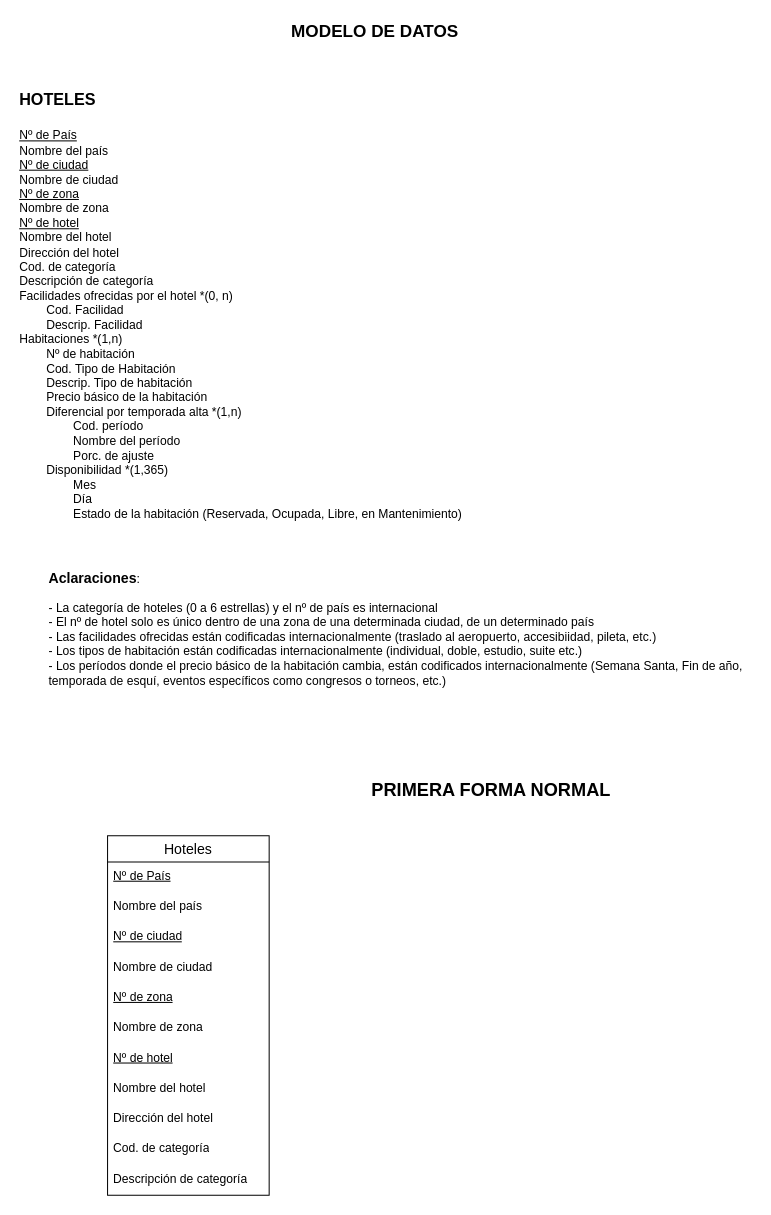
FrancoSimonFormia/TP-Hoteles-DABD-Grupo11 keeps this draw.io diagram as Diagrama-Entidad-Relacion.drawio. Above is the earlier version. Source tidied: cells renumbered, new cells numbered last; positions are measured from the earlier drawing's top-left corner, leaving out a move shared by most shapes. Both pictures are drawn from the tidied source at 101%, with x=0, y=0 at pixel (17, 17).
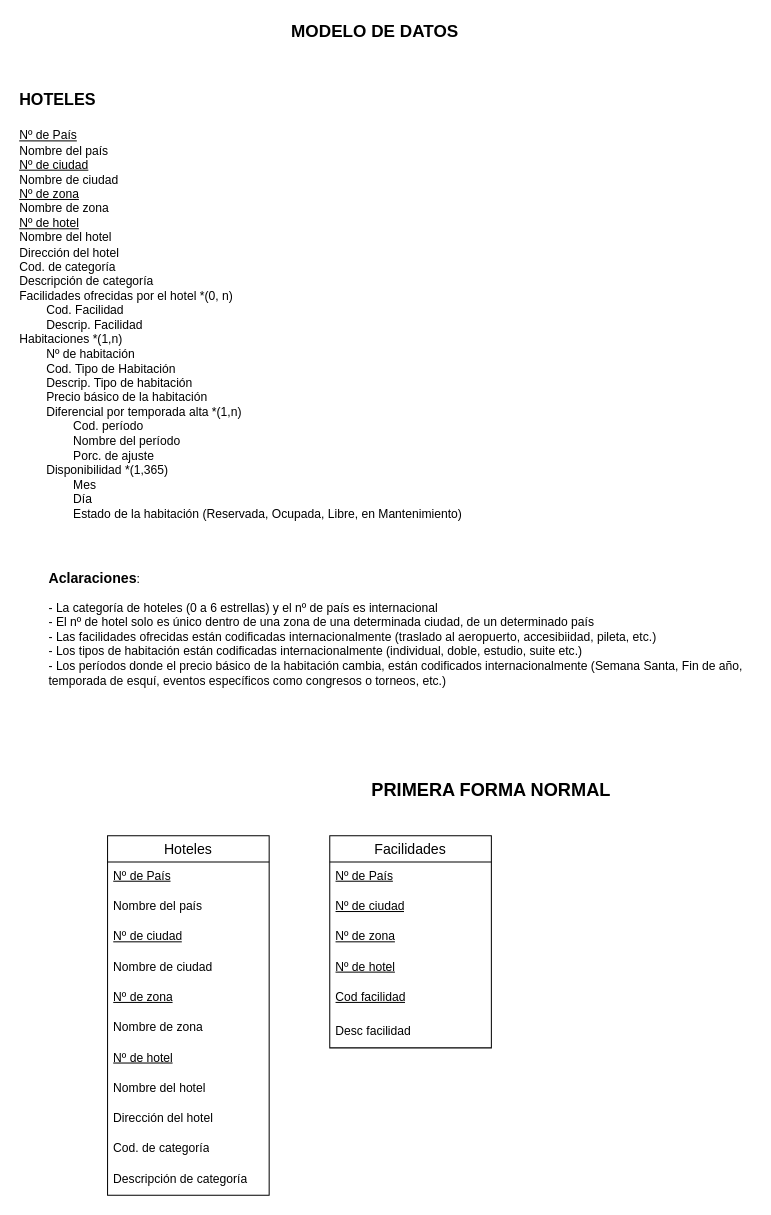
After the change.

Commit message:
Aportes de Gustavo Logatti

The edit, as a diff of the source:
```diff
@@
+    <mxCell id="18" value="Facilidades" style="swimlane;fontStyle=0;horizontal=1;startSize=26;align=center;fontSize=14;" parent="1" vertex="1">
+      <mxGeometry x="309" y="810" width="160" height="210" as="geometry" />
+    </mxCell>
+    <mxCell id="19" value="&lt;u&gt;Nº de País&lt;/u&gt;&lt;div&gt;&lt;br&gt;&lt;/div&gt;" style="text;strokeColor=none;fillColor=none;spacingLeft=4;spacingRight=4;overflow=hidden;fontSize=12;whiteSpace=wrap;html=1;" parent="18" vertex="1">
+      <mxGeometry y="26" width="160" height="30" as="geometry" />
+    </mxCell>
+    <mxCell id="20" value="&lt;u&gt;Nº de ciudad&lt;/u&gt;&lt;div&gt;&lt;br&gt;&lt;/div&gt;" style="text;strokeColor=none;fillColor=none;spacingLeft=4;spacingRight=4;overflow=hidden;fontSize=12;whiteSpace=wrap;html=1;" parent="18" vertex="1">
+      <mxGeometry y="56" width="160" height="30" as="geometry" />
+    </mxCell>
+    <mxCell id="21" value="&lt;u&gt;Nº de zona&lt;/u&gt;&lt;div&gt;&lt;br&gt;&lt;/div&gt;" style="text;strokeColor=none;fillColor=none;spacingLeft=4;spacingRight=4;overflow=hidden;fontSize=12;whiteSpace=wrap;html=1;" parent="18" vertex="1">
+      <mxGeometry y="86" width="160" height="30" as="geometry" />
+    </mxCell>
+    <mxCell id="22" value="&lt;u&gt;Nº de hotel&lt;/u&gt;&lt;div&gt;&lt;br&gt;&lt;/div&gt;" style="text;strokeColor=none;fillColor=none;spacingLeft=4;spacingRight=4;overflow=hidden;fontSize=12;whiteSpace=wrap;html=1;" parent="18" vertex="1">
+      <mxGeometry y="116" width="160" height="30" as="geometry" />
+    </mxCell>
+    <mxCell id="23" value="&lt;div&gt;&lt;u&gt;Cod facilidad&lt;/u&gt;&lt;/div&gt;" style="text;strokeColor=none;fillColor=none;spacingLeft=4;spacingRight=4;overflow=hidden;fontSize=12;whiteSpace=wrap;html=1;" parent="18" vertex="1">
+      <mxGeometry y="146" width="160" height="34" as="geometry" />
+    </mxCell>
+    <mxCell id="24" value="&lt;div&gt;Desc facilidad&lt;/div&gt;" style="text;strokeColor=none;fillColor=none;spacingLeft=4;spacingRight=4;overflow=hidden;fontSize=12;whiteSpace=wrap;html=1;" parent="18" vertex="1">
+      <mxGeometry y="180" width="160" height="30" as="geometry" />
+    </mxCell>
```
